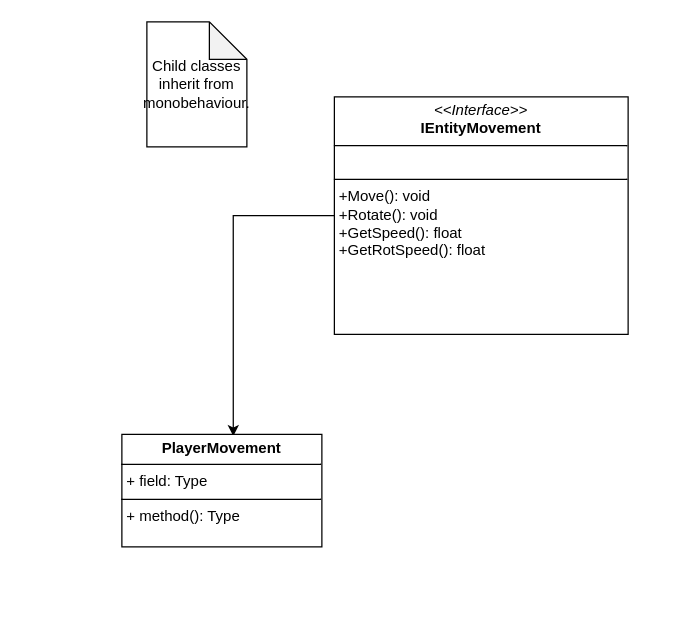
This is Assets/ScriptsUML/EntitiesMovementGraph.drawio from PugatoryRepo/LudemGame26, a draw.io file, before an edit. Source tidied: cells renumbered, new cells numbered last; positions are measured from the earlier drawing's top-left corner, leaving out a move shared by most shapes. Both pictures are drawn from the tidied source at 125%, with x=0, y=0 at pixel (121, 21).
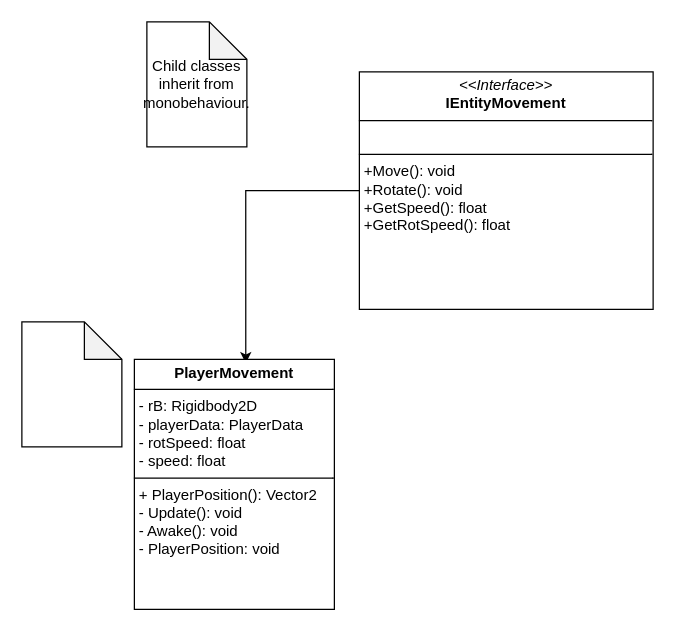
The same page after the edit.

Commit message (it also covers changes not shown here):
Update UML on entities' movement to reflect changes that were made to script.

Diff of the diagram source:
```diff
@@
 <mxGraphModel>
   <root>
     <mxCell id="0" />
     <mxCell id="1" parent="0" />
     <mxCell id="2" style="edgeStyle=orthogonalEdgeStyle;rounded=0;jettySize=auto;html=1;entryX=0.557;entryY=0.016;entryDx=0;entryDy=0;entryPerimeter=0;" parent="1" edge="1" source="3" target="5">
       <mxGeometry relative="1" as="geometry" />
     </mxCell>
     <mxCell id="3" value="&lt;p style=&quot;margin:0px;margin-top:4px;text-align:center;&quot;&gt;&lt;i&gt;&amp;lt;&amp;lt;Interface&amp;gt;&amp;gt;&lt;/i&gt;&lt;br&gt;&lt;b&gt;IEntityMovement&lt;/b&gt;&lt;/p&gt;&lt;hr size=&quot;1&quot; style=&quot;border-style:solid;&quot;&gt;&lt;p style=&quot;margin:0px;margin-left:4px;&quot;&gt;&lt;br&gt;&lt;/p&gt;&lt;hr size=&quot;1&quot; style=&quot;border-style:solid;&quot;&gt;&lt;p style=&quot;margin:0px;margin-left:4px;&quot;&gt;&lt;span style=&quot;background-color: transparent; color: light-dark(rgb(0, 0, 0), rgb(255, 255, 255));&quot;&gt;+Move(): void&lt;/span&gt;&lt;/p&gt;&lt;p style=&quot;margin:0px;margin-left:4px;&quot;&gt;+Rotate(): void&lt;/p&gt;&lt;p style=&quot;margin:0px;margin-left:4px;&quot;&gt;+GetSpeed(): float&lt;br&gt;+GetRotSpeed(): float&lt;/p&gt;&lt;p style=&quot;margin:0px;margin-left:4px;&quot;&gt;&lt;br&gt;&lt;/p&gt;&lt;p style=&quot;margin:0px;margin-left:4px;&quot;&gt;&lt;br&gt;&lt;/p&gt;" style="verticalAlign=top;align=left;overflow=fill;html=1;whiteSpace=wrap;" parent="1" vertex="1">
-      <mxGeometry x="170" y="60" width="235" height="190" as="geometry" />
+      <mxGeometry x="190" y="40" width="235" height="190" as="geometry" />
     </mxCell>
     <mxCell id="4" value="Child classes inherit from monobehaviour." style="shape=note;whiteSpace=wrap;html=1;backgroundOutline=1;darkOpacity=0.05;" parent="1" vertex="1">
       <mxGeometry x="20" width="80" height="100" as="geometry" />
     </mxCell>
-    <mxCell id="5" value="&lt;p style=&quot;margin:0px;margin-top:4px;text-align:center;&quot;&gt;&lt;b&gt;PlayerMovement&lt;/b&gt;&lt;/p&gt;&lt;hr size=&quot;1&quot; style=&quot;border-style:solid;&quot;&gt;&lt;p style=&quot;margin:0px;margin-left:4px;&quot;&gt;+ field: Type&lt;/p&gt;&lt;hr size=&quot;1&quot; style=&quot;border-style:solid;&quot;&gt;&lt;p style=&quot;margin:0px;margin-left:4px;&quot;&gt;+ method(): Type&lt;/p&gt;" style="verticalAlign=top;align=left;overflow=fill;html=1;whiteSpace=wrap;" parent="1" vertex="1">
-      <mxGeometry y="330" width="160" height="90" as="geometry" />
+    <mxCell id="5" value="&lt;p style=&quot;margin:0px;margin-top:4px;text-align:center;&quot;&gt;&lt;b&gt;PlayerMovement&lt;/b&gt;&lt;/p&gt;&lt;hr size=&quot;1&quot; style=&quot;border-style:solid;&quot;&gt;&lt;p style=&quot;margin:0px;margin-left:4px;&quot;&gt;- rB: Rigidbody2D&lt;/p&gt;&lt;p style=&quot;margin:0px;margin-left:4px;&quot;&gt;- playerData: PlayerData&lt;/p&gt;&lt;p style=&quot;margin:0px;margin-left:4px;&quot;&gt;- rotSpeed: float&lt;/p&gt;&lt;p style=&quot;margin:0px;margin-left:4px;&quot;&gt;- speed: float&lt;/p&gt;&lt;hr size=&quot;1&quot; style=&quot;border-style:solid;&quot;&gt;&lt;p style=&quot;margin:0px;margin-left:4px;&quot;&gt;+ PlayerPosition(): Vector2&lt;/p&gt;&lt;p style=&quot;margin:0px;margin-left:4px;&quot;&gt;- Update(): void&lt;/p&gt;&lt;p style=&quot;margin:0px;margin-left:4px;&quot;&gt;- Awake(): void&lt;/p&gt;&lt;p style=&quot;margin:0px;margin-left:4px;&quot;&gt;- PlayerPosition: void&lt;/p&gt;&lt;p style=&quot;margin:0px;margin-left:4px;&quot;&gt;&lt;br&gt;&lt;/p&gt;" style="verticalAlign=top;align=left;overflow=fill;html=1;whiteSpace=wrap;" parent="1" vertex="1">
+      <mxGeometry x="10" y="270" width="160" height="200" as="geometry" />
     </mxCell>
+    <mxCell id="6" style="shape=note;whiteSpace=wrap;html=1;backgroundOutline=1;darkOpacity=0.05;" parent="1" vertex="1">
+      <mxGeometry x="-80" y="240" width="80" height="100" as="geometry" />
+    </mxCell>
   </root>
 </mxGraphModel>
```
